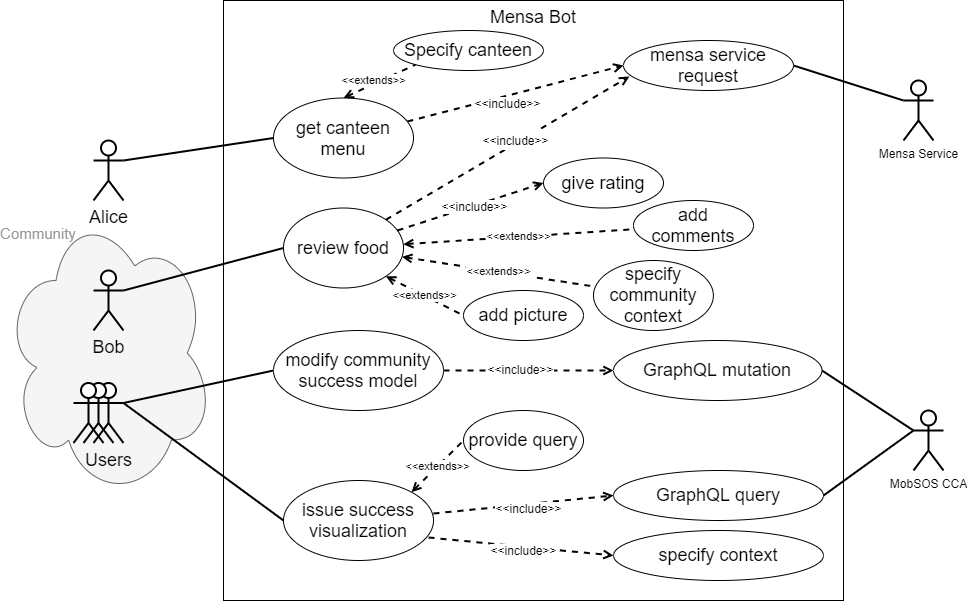
lakhoune/bachelor-thesis keeps this draw.io diagram as figures/concept/usecase.png. Above is the earlier version. Source tidied: cells renumbered, new cells last; positions are measured from the earlier drawing's top-left corner, leaving out a move shared by most shapes.
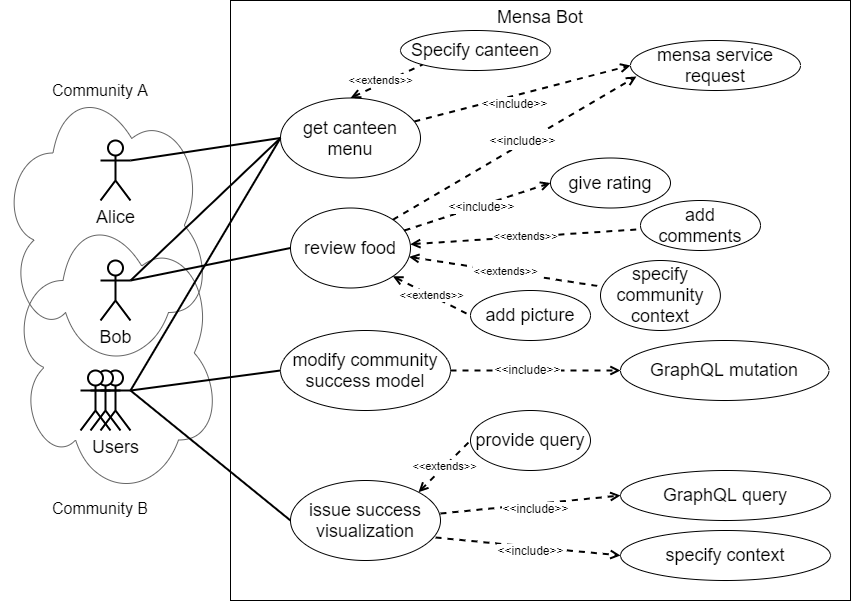
The same file after the commit.

Change to the diagram source:
```diff
@@ -2,7 +2,10 @@
   <root>
     <mxCell id="0" />
     <mxCell id="1" parent="0" />
+    <mxCell id="50" style="ellipse;shape=cloud;whiteSpace=wrap;html=1;verticalAlign=middle;labelPosition=left;verticalLabelPosition=middle;align=right;fillColor=none;strokeColor=#666666;fontColor=#333333;" parent="1" vertex="1">
+      <mxGeometry x="-10" y="80" width="210" height="290" as="geometry" />
+    </mxCell>
-    <mxCell id="2" style="ellipse;shape=cloud;whiteSpace=wrap;html=1;verticalAlign=middle;labelPosition=left;verticalLabelPosition=middle;align=right;fillColor=#f5f5f5;strokeColor=#666666;fontColor=#333333;" parent="1" vertex="1">
+    <mxCell id="2" style="ellipse;shape=cloud;whiteSpace=wrap;html=1;verticalAlign=middle;labelPosition=left;verticalLabelPosition=middle;align=right;fillColor=none;strokeColor=#666666;fontColor=#333333;" parent="1" vertex="1">
       <mxGeometry y="207.5" width="210" height="290" as="geometry" />
     </mxCell>
     <mxCell id="3" value="Mensa Bot" style="rounded=0;whiteSpace=wrap;html=1;verticalAlign=top;fontSize=18;" parent="1" vertex="1">
@@ -20,8 +23,11 @@
     <mxCell id="7" style="edgeStyle=none;rounded=0;jettySize=auto;html=1;exitX=1;exitY=0.3333333333333333;exitDx=0;exitDy=0;exitPerimeter=0;entryX=0;entryY=0.5;entryDx=0;entryDy=0;startFill=0;endArrow=none;endFill=0;strokeWidth=2;fontSize=18;" parent="1" edge="1" source="8" target="11">
       <mxGeometry relative="1" as="geometry" />
     </mxCell>
+    <mxCell id="51" style="edgeStyle=none;rounded=0;jettySize=auto;html=1;exitX=1;exitY=0.3333333333333333;exitDx=0;exitDy=0;exitPerimeter=0;entryX=0;entryY=0.5;entryDx=0;entryDy=0;endArrow=none;endFill=0;fontSize=18;strokeWidth=2;" parent="1" edge="1" source="8" target="20">
+      <mxGeometry relative="1" as="geometry" />
+    </mxCell>
     <mxCell id="8" value="Users" style="shape=umlActor;verticalLabelPosition=bottom;labelBackgroundColor=none;verticalAlign=top;html=1;outlineConnect=0;fontSize=18;strokeWidth=2;" parent="1" vertex="1">
-      <mxGeometry x="90" y="382.5" width="30" height="60" as="geometry" />
+      <mxGeometry x="90" y="370" width="30" height="60" as="geometry" />
     </mxCell>
     <mxCell id="9" style="edgeStyle=none;rounded=0;jettySize=auto;html=1;dashed=1;startFill=0;endArrow=open;endFill=0;strokeWidth=2;entryX=0;entryY=0.5;entryDx=0;entryDy=0;fontSize=18;" parent="1" edge="1" source="11" target="12">
       <mxGeometry relative="1" as="geometry" />
@@ -88,39 +94,24 @@
     <mxCell id="27" value="give rating" style="ellipse;whiteSpace=wrap;html=1;fontSize=18;" parent="1" vertex="1">
       <mxGeometry x="540" y="157.5" width="120" height="50" as="geometry" />
     </mxCell>
+    <mxCell id="52" style="rounded=0;jettySize=auto;html=1;exitX=1;exitY=0.3333333333333333;exitDx=0;exitDy=0;exitPerimeter=0;entryX=0;entryY=0.5;entryDx=0;entryDy=0;fontSize=18;strokeWidth=2;endFill=0;endArrow=none;" parent="1" edge="1" source="28" target="20">
+      <mxGeometry relative="1" as="geometry" />
+    </mxCell>
     <mxCell id="28" value="Bob" style="shape=umlActor;verticalLabelPosition=bottom;labelBackgroundColor=none;verticalAlign=top;html=1;outlineConnect=0;fontSize=18;strokeWidth=2;" parent="1" vertex="1">
-      <mxGeometry x="90" y="270" width="30" height="60" as="geometry" />
+      <mxGeometry x="90" y="260" width="30" height="60" as="geometry" />
     </mxCell>
     <mxCell id="29" style="shape=umlActor;verticalLabelPosition=bottom;labelBackgroundColor=#ffffff;verticalAlign=top;html=1;fontSize=18;strokeWidth=2;" parent="1" vertex="1">
-      <mxGeometry x="80" y="382.5" width="30" height="60" as="geometry" />
+      <mxGeometry x="80" y="370" width="30" height="60" as="geometry" />
     </mxCell>
     <mxCell id="30" style="shape=umlActor;verticalLabelPosition=bottom;labelBackgroundColor=#ffffff;verticalAlign=top;html=1;fontSize=18;strokeWidth=2;" parent="1" vertex="1">
-      <mxGeometry x="70" y="382.5" width="30" height="60" as="geometry" />
+      <mxGeometry x="70" y="370" width="30" height="60" as="geometry" />
     </mxCell>
-    <mxCell id="31" value="&lt;font color=&quot;#969696&quot; style=&quot;font-size: 15px&quot;&gt;Community&lt;/font&gt;" style="text;html=1;strokeColor=none;fillColor=none;align=center;verticalAlign=middle;whiteSpace=wrap;rounded=0;" parent="1" vertex="1">
-      <mxGeometry x="10" y="217.5" width="50" height="30" as="geometry" />
-    </mxCell>
     <mxCell id="32" value="&lt;font style=&quot;font-size: 18px&quot;&gt;Specify canteen&lt;/font&gt;" style="ellipse;whiteSpace=wrap;html=1;labelBackgroundColor=none;" parent="1" vertex="1">
       <mxGeometry x="390" y="30" width="150" height="40" as="geometry" />
     </mxCell>
     <mxCell id="33" value="&amp;lt;&amp;lt;extends&amp;gt;&amp;gt;" style="rounded=0;jettySize=auto;html=1;entryX=0;entryY=1;entryDx=0;entryDy=0;startArrow=open;startFill=0;endArrow=none;endFill=0;dashed=1;strokeWidth=2;exitX=0.5;exitY=0;exitDx=0;exitDy=0;" parent="1" edge="1" source="20" target="32">
       <mxGeometry x="-0.13" y="3" relative="1" as="geometry" />
     </mxCell>
-    <mxCell id="34" style="edgeStyle=none;rounded=0;jettySize=auto;html=1;exitX=0;exitY=0.3333333333333333;exitDx=0;exitDy=0;exitPerimeter=0;entryX=1;entryY=0.5;entryDx=0;entryDy=0;startArrow=none;startFill=0;endArrow=none;endFill=0;strokeWidth=2;" parent="1" edge="1" source="35" target="21">
-      <mxGeometry relative="1" as="geometry" />
-    </mxCell>
-    <mxCell id="35" value="Mensa Service" style="shape=umlActor;verticalLabelPosition=bottom;labelBackgroundColor=#ffffff;verticalAlign=top;html=1;outlineConnect=0;strokeWidth=2;" parent="1" vertex="1">
-      <mxGeometry x="900" y="80" width="30" height="60" as="geometry" />
-    </mxCell>
-    <mxCell id="36" style="edgeStyle=none;rounded=0;jettySize=auto;html=1;exitX=0;exitY=0.3333333333333333;exitDx=0;exitDy=0;exitPerimeter=0;entryX=1;entryY=0.5;entryDx=0;entryDy=0;startArrow=none;startFill=0;endArrow=none;endFill=0;strokeWidth=2;" parent="1" edge="1" source="38" target="12">
-      <mxGeometry relative="1" as="geometry" />
-    </mxCell>
-    <mxCell id="37" style="edgeStyle=none;rounded=0;jettySize=auto;html=1;entryX=1;entryY=0.5;entryDx=0;entryDy=0;startArrow=none;startFill=0;endArrow=none;endFill=0;exitX=0;exitY=0.3333333333333333;exitDx=0;exitDy=0;exitPerimeter=0;strokeWidth=2;" parent="1" edge="1" source="38" target="16">
-      <mxGeometry relative="1" as="geometry" />
-    </mxCell>
-    <mxCell id="38" value="MobSOS CCA" style="shape=umlActor;verticalLabelPosition=bottom;labelBackgroundColor=#ffffff;verticalAlign=top;html=1;outlineConnect=0;strokeWidth=2;" parent="1" vertex="1">
-      <mxGeometry x="910" y="410" width="30" height="60" as="geometry" />
-    </mxCell>
     <mxCell id="39" style="edgeStyle=none;rounded=0;jettySize=auto;html=1;endArrow=open;endFill=0;startArrow=none;startFill=0;dashed=1;strokeWidth=2;fontSize=18;entryX=0;entryY=0.5;entryDx=0;entryDy=0;" parent="1" edge="1" source="26" target="27">
       <mxGeometry relative="1" as="geometry" />
     </mxCell>
@@ -158,5 +149,11 @@
     <mxCell id="49" value="specify community context" style="ellipse;whiteSpace=wrap;html=1;fontSize=18;" parent="1" vertex="1">
       <mxGeometry x="590" y="260" width="119.9" height="70" as="geometry" />
     </mxCell>
+    <mxCell id="53" value="&lt;font style=&quot;font-size: 16px&quot;&gt;Community A&lt;/font&gt;" style="text;html=1;strokeColor=none;fillColor=none;align=center;verticalAlign=middle;whiteSpace=wrap;rounded=0;" parent="1" vertex="1">
+      <mxGeometry x="30" y="80" width="120" height="20" as="geometry" />
+    </mxCell>
+    <mxCell id="54" value="&lt;font style=&quot;font-size: 16px&quot;&gt;Community B&lt;/font&gt;" style="text;html=1;strokeColor=none;fillColor=none;align=center;verticalAlign=middle;whiteSpace=wrap;rounded=0;" parent="1" vertex="1">
+      <mxGeometry x="30" y="497.5" width="120" height="20" as="geometry" />
+    </mxCell>
   </root>
 </mxGraphModel>
```
